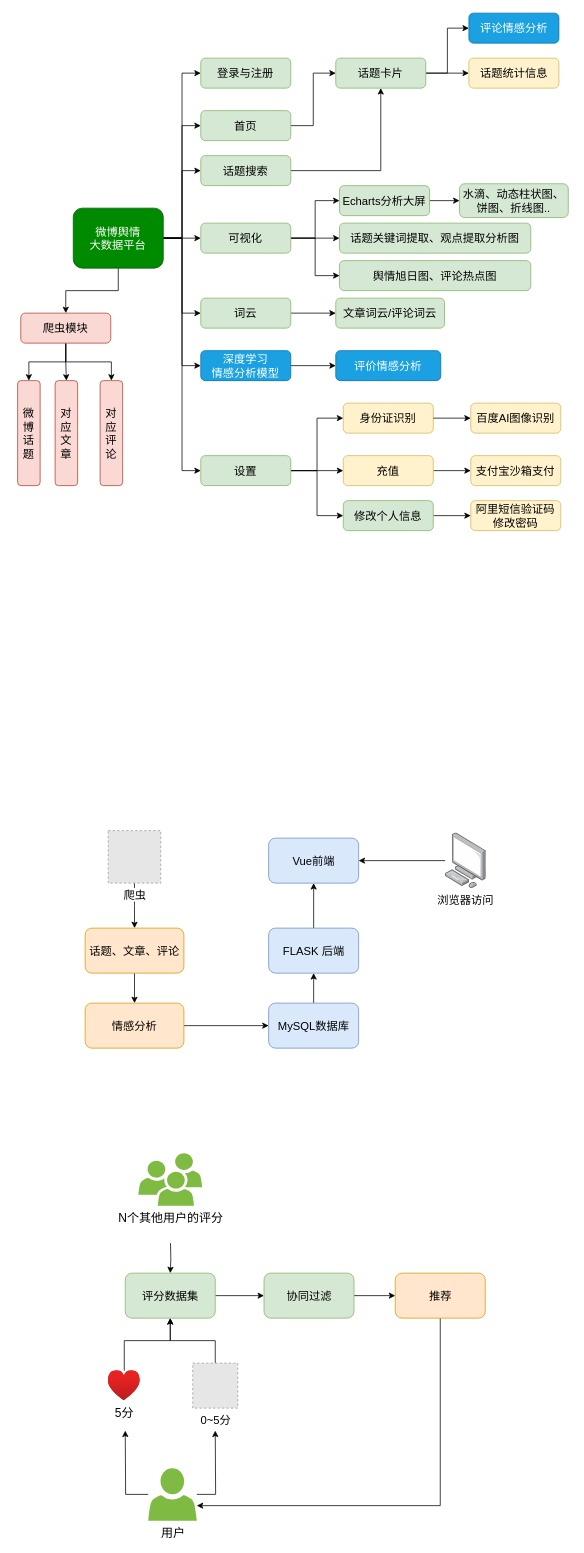
Above: 18-flask-考研大数据.drawio in redcomet88/DRAW (draw.io), before the change. Source tidied: cells renumbered, new cells numbered last; positions are measured from the earlier drawing's top-left corner, leaving out a move shared by most shapes. Both pictures are drawn from the tidied source at 75%, with x=0, y=0 at pixel (17, 13). Pictures stored in the file or linked from it are replaced by grey dashed boxes.
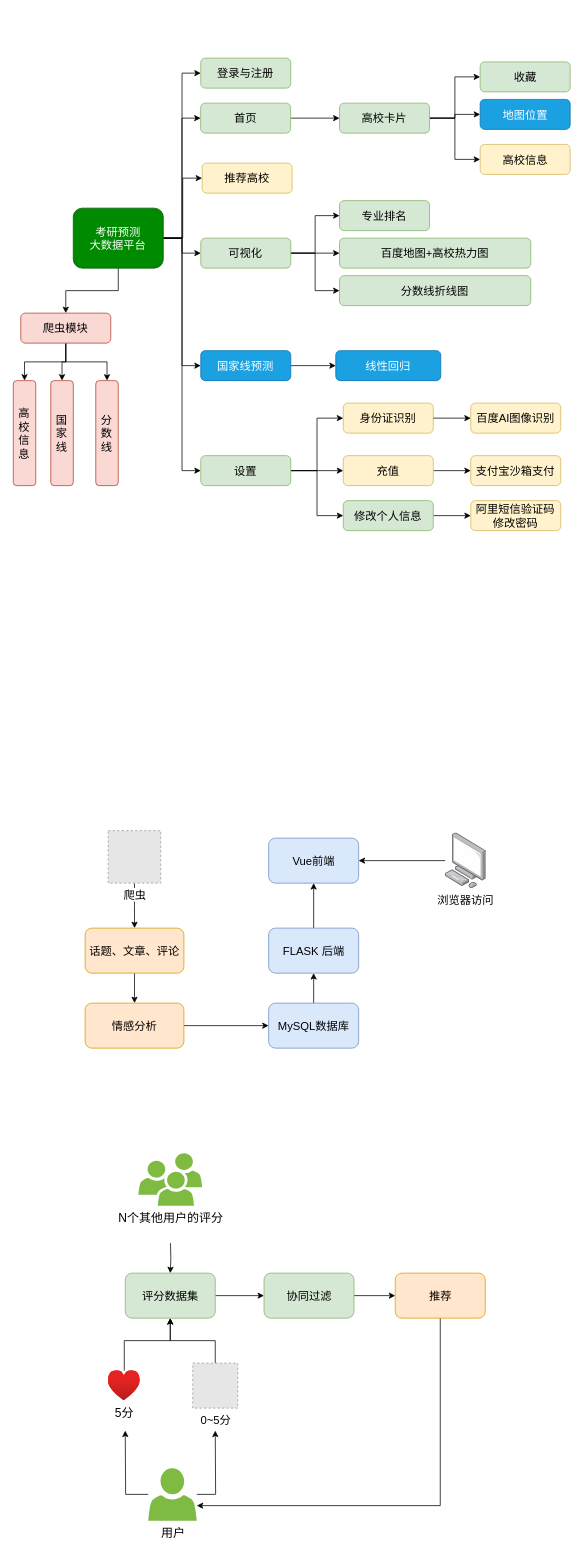
The same page after the edit.

Commit message:
Update 18-flask-考研大数据.drawio

The edit, as a diff of the source:
```diff
@@
-    <mxCell id="5" style="edgeStyle=orthogonalEdgeStyle;rounded=0;jettySize=auto;html=1;exitX=1;exitY=0.5;exitDx=0;exitDy=0;entryX=0;entryY=0.5;entryDx=0;entryDy=0;" parent="1" edge="1" source="13" target="25">
-      <mxGeometry relative="1" as="geometry" />
-    </mxCell>
@@
-    <mxCell id="7" style="edgeStyle=orthogonalEdgeStyle;rounded=0;jettySize=auto;html=1;exitX=1;exitY=0.5;exitDx=0;exitDy=0;entryX=0;entryY=0.5;entryDx=0;entryDy=0;" parent="1" edge="1" source="13" target="31">
-      <mxGeometry relative="1" as="geometry" />
-    </mxCell>
@@
+    <mxCell id="84" style="edgeStyle=orthogonalEdgeStyle;rounded=0;jettySize=auto;html=1;exitX=1;exitY=0.5;exitDx=0;exitDy=0;entryX=0;entryY=0.5;entryDx=0;entryDy=0;" parent="1" edge="1" source="13" target="87">
+      <mxGeometry relative="1" as="geometry" />
+    </mxCell>
-    <mxCell id="13" value="微博舆情&lt;br&gt;大数据平台" style="rounded=1;whiteSpace=wrap;html=1;fontSize=15;fillColor=#008a00;strokeColor=#005700;fontColor=#ffffff;" parent="1" vertex="1">
+    <mxCell id="13" value="考研预测&lt;br&gt;大数据平台" style="rounded=1;whiteSpace=wrap;html=1;fontSize=15;fillColor=#008a00;strokeColor=#005700;fontColor=#ffffff;" parent="1" vertex="1">
       <mxGeometry x="74.2" y="260" width="120" height="80" as="geometry" />
     </mxCell>
@@
     <mxCell id="15" value="首页" style="rounded=1;whiteSpace=wrap;html=1;fontSize=15;fillColor=#d5e8d4;strokeColor=#82b366;" parent="1" vertex="1">
-      <mxGeometry x="244.2" y="130" width="120" height="40" as="geometry" />
+      <mxGeometry x="244" y="120" width="120" height="40" as="geometry" />
     </mxCell>
@@
     <mxCell id="20" value="可视化" style="rounded=1;whiteSpace=wrap;html=1;fontSize=15;fillColor=#d5e8d4;strokeColor=#82b366;" parent="1" vertex="1">
-      <mxGeometry x="244.2" y="280" width="120" height="40" as="geometry" />
+      <mxGeometry x="244.2" y="300" width="120" height="40" as="geometry" />
     </mxCell>
@@
+    <mxCell id="85" style="edgeStyle=orthogonalEdgeStyle;rounded=0;jettySize=auto;html=1;exitX=1;exitY=0.5;exitDx=0;exitDy=0;entryX=0;entryY=0.5;entryDx=0;entryDy=0;" parent="1" edge="1" source="23" target="86">
+      <mxGeometry relative="1" as="geometry" />
+    </mxCell>
-    <mxCell id="23" value="话题卡片" style="rounded=1;whiteSpace=wrap;html=1;fontSize=15;fillColor=#d5e8d4;strokeColor=#82b366;" parent="1" vertex="1">
-      <mxGeometry x="424.2" y="60" width="120" height="40" as="geometry" />
+    <mxCell id="23" value="高校卡片" style="rounded=1;whiteSpace=wrap;html=1;fontSize=15;fillColor=#d5e8d4;strokeColor=#82b366;" parent="1" vertex="1">
+      <mxGeometry x="429.2" y="120" width="120" height="40" as="geometry" />
     </mxCell>
-    <mxCell id="24" style="edgeStyle=orthogonalEdgeStyle;rounded=0;jettySize=auto;html=1;exitX=1;exitY=0.5;exitDx=0;exitDy=0;entryX=0;entryY=0.5;entryDx=0;entryDy=0;" parent="1" edge="1" source="25" target="27">
-      <mxGeometry relative="1" as="geometry" />
-    </mxCell>
-    <mxCell id="25" value="词云" style="rounded=1;whiteSpace=wrap;html=1;fontSize=15;fillColor=#d5e8d4;strokeColor=#82b366;" parent="1" vertex="1">
-      <mxGeometry x="244.2" y="380" width="120" height="40" as="geometry" />
-    </mxCell>
@@
-    <mxCell id="27" value="文章词云/评论词云" style="rounded=1;whiteSpace=wrap;html=1;fontSize=15;fillColor=#d5e8d4;strokeColor=#82b366;" parent="1" vertex="1">
-      <mxGeometry x="424.2" y="380" width="145" height="40" as="geometry" />
-    </mxCell>
-    <mxCell id="28" style="edgeStyle=orthogonalEdgeStyle;rounded=0;jettySize=auto;html=1;exitX=1;exitY=0.5;exitDx=0;exitDy=0;entryX=0;entryY=0.5;entryDx=0;entryDy=0;" parent="1" edge="1" source="29" target="39">
-      <mxGeometry relative="1" as="geometry" />
-    </mxCell>
-    <mxCell id="29" value="Echarts分析大屏" style="rounded=1;whiteSpace=wrap;html=1;fontSize=15;fillColor=#d5e8d4;strokeColor=#82b366;" parent="1" vertex="1">
-      <mxGeometry x="429.2" y="230" width="120" height="40" as="geometry" />
+    <mxCell id="29" value="专业排名" style="rounded=1;whiteSpace=wrap;html=1;fontSize=15;fillColor=#d5e8d4;strokeColor=#82b366;" parent="1" vertex="1">
+      <mxGeometry x="429.2" y="250" width="120" height="40" as="geometry" />
     </mxCell>
-    <mxCell id="30" style="edgeStyle=orthogonalEdgeStyle;rounded=0;jettySize=auto;html=1;entryX=0.5;entryY=1;entryDx=0;entryDy=0;" parent="1" edge="1" source="31" target="23">
-      <mxGeometry relative="1" as="geometry" />
-    </mxCell>
-    <mxCell id="31" value="话题搜索" style="rounded=1;whiteSpace=wrap;html=1;fontSize=15;fillColor=#d5e8d4;strokeColor=#82b366;" parent="1" vertex="1">
-      <mxGeometry x="244.2" y="190" width="120" height="40" as="geometry" />
-    </mxCell>
@@
-    <mxCell id="39" value="水滴、动态柱状图、饼图、折线图.." style="rounded=1;whiteSpace=wrap;html=1;fontSize=15;fillColor=#d5e8d4;strokeColor=#82b366;" parent="1" vertex="1">
-      <mxGeometry x="589.2" y="227.5" width="145" height="45" as="geometry" />
-    </mxCell>
@@
-    <mxCell id="45" value="微博话题" style="rounded=1;whiteSpace=wrap;html=1;fontSize=15;fillColor=#fad9d5;strokeColor=#ae4132;" parent="1" vertex="1">
-      <mxGeometry y="490" width="30" height="140" as="geometry" />
+    <mxCell id="45" value="高校信息" style="rounded=1;whiteSpace=wrap;html=1;fontSize=15;fillColor=#fad9d5;strokeColor=#ae4132;" parent="1" vertex="1">
+      <mxGeometry x="-5.8" y="490" width="30" height="140" as="geometry" />
     </mxCell>
-    <mxCell id="46" value="对应文章" style="rounded=1;whiteSpace=wrap;html=1;fontSize=15;fillColor=#fad9d5;strokeColor=#ae4132;" parent="1" vertex="1">
-      <mxGeometry x="50" y="490" width="30" height="140" as="geometry" />
+    <mxCell id="46" value="国家线" style="rounded=1;whiteSpace=wrap;html=1;fontSize=15;fillColor=#fad9d5;strokeColor=#ae4132;" parent="1" vertex="1">
+      <mxGeometry x="44.2" y="490" width="30" height="140" as="geometry" />
     </mxCell>
-    <mxCell id="47" value="对应评论" style="rounded=1;whiteSpace=wrap;html=1;fontSize=15;fillColor=#fad9d5;strokeColor=#ae4132;" parent="1" vertex="1">
-      <mxGeometry x="110" y="490" width="30" height="140" as="geometry" />
+    <mxCell id="47" value="分数线" style="rounded=1;whiteSpace=wrap;html=1;fontSize=15;fillColor=#fad9d5;strokeColor=#ae4132;" parent="1" vertex="1">
+      <mxGeometry x="104.2" y="490" width="30" height="140" as="geometry" />
     </mxCell>
@@
-    <mxCell id="49" value="舆情旭日图、评论热点图" style="rounded=1;whiteSpace=wrap;html=1;fontSize=15;fillColor=#d5e8d4;strokeColor=#82b366;" parent="1" vertex="1">
-      <mxGeometry x="429.2" y="330" width="255" height="40" as="geometry" />
+    <mxCell id="49" value="分数线折线图" style="rounded=1;whiteSpace=wrap;html=1;fontSize=15;fillColor=#d5e8d4;strokeColor=#82b366;" parent="1" vertex="1">
+      <mxGeometry x="429.2" y="350" width="255" height="40" as="geometry" />
     </mxCell>
-    <mxCell id="50" value="话题统计信息" style="rounded=1;whiteSpace=wrap;html=1;fontSize=15;fillColor=#fff2cc;strokeColor=#d6b656;" parent="1" vertex="1">
-      <mxGeometry x="601.7" y="60" width="120" height="40" as="geometry" />
+    <mxCell id="50" value="高校信息" style="rounded=1;whiteSpace=wrap;html=1;fontSize=15;fillColor=#fff2cc;strokeColor=#d6b656;" parent="1" vertex="1">
+      <mxGeometry x="616.7" y="175" width="120" height="40" as="geometry" />
     </mxCell>
-    <mxCell id="51" value="评论情感分析" style="rounded=1;whiteSpace=wrap;html=1;fontSize=15;fillColor=#1ba1e2;strokeColor=#006EAF;fontColor=#ffffff;" parent="1" vertex="1">
-      <mxGeometry x="601.7" width="120" height="40" as="geometry" />
+    <mxCell id="51" value="地图位置" style="rounded=1;whiteSpace=wrap;html=1;fontSize=15;fillColor=#1ba1e2;strokeColor=#006EAF;fontColor=#ffffff;" parent="1" vertex="1">
+      <mxGeometry x="616.7" y="115" width="120" height="40" as="geometry" />
     </mxCell>
-    <mxCell id="52" value="评价情感分析" style="rounded=1;whiteSpace=wrap;html=1;fontSize=15;fillColor=#1ba1e2;strokeColor=#006EAF;fontColor=#ffffff;" parent="1" vertex="1">
+    <mxCell id="52" value="线性回归" style="rounded=1;whiteSpace=wrap;html=1;fontSize=15;fillColor=#1ba1e2;strokeColor=#006EAF;fontColor=#ffffff;" parent="1" vertex="1">
       <mxGeometry x="424.2" y="450" width="140" height="40" as="geometry" />
     </mxCell>
@@
-    <mxCell id="54" value="深度学习&lt;br&gt;情感分析模型" style="rounded=1;whiteSpace=wrap;html=1;fontSize=15;fillColor=#1ba1e2;strokeColor=#006EAF;fontColor=#ffffff;" parent="1" vertex="1">
+    <mxCell id="54" value="国家线预测" style="rounded=1;whiteSpace=wrap;html=1;fontSize=15;fillColor=#1ba1e2;strokeColor=#006EAF;fontColor=#ffffff;" parent="1" vertex="1">
       <mxGeometry x="244.2" y="450" width="120" height="40" as="geometry" />
     </mxCell>
@@
-    <mxCell id="83" value="话题关键词提取、观点提取分析图" style="rounded=1;whiteSpace=wrap;html=1;fontSize=15;fillColor=#d5e8d4;strokeColor=#82b366;" parent="1" vertex="1">
-      <mxGeometry x="429.2" y="280" width="255" height="40" as="geometry" />
+    <mxCell id="83" value="百度地图+高校热力图" style="rounded=1;whiteSpace=wrap;html=1;fontSize=15;fillColor=#d5e8d4;strokeColor=#82b366;" parent="1" vertex="1">
+      <mxGeometry x="429.2" y="300" width="255" height="40" as="geometry" />
     </mxCell>
+    <mxCell id="86" value="收藏" style="rounded=1;whiteSpace=wrap;html=1;fontSize=15;fillColor=#d5e8d4;strokeColor=#82b366;" parent="1" vertex="1">
+      <mxGeometry x="616.7" y="65" width="120" height="40" as="geometry" />
+    </mxCell>
+    <mxCell id="87" value="推荐高校" style="rounded=1;whiteSpace=wrap;html=1;fontSize=15;fillColor=#fff2cc;strokeColor=#d6b656;" parent="1" vertex="1">
+      <mxGeometry x="246" y="200" width="120" height="40" as="geometry" />
+    </mxCell>
```
